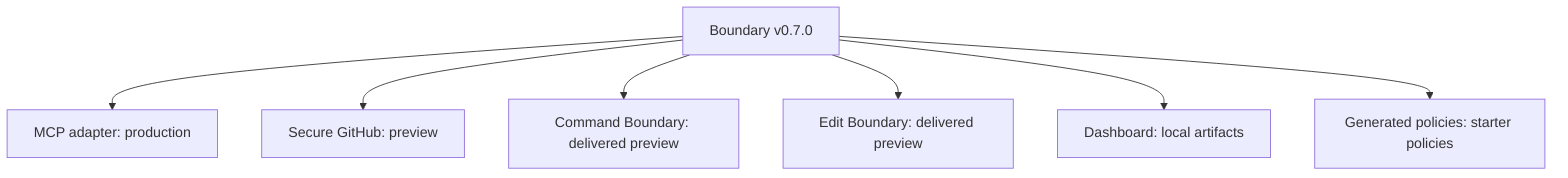
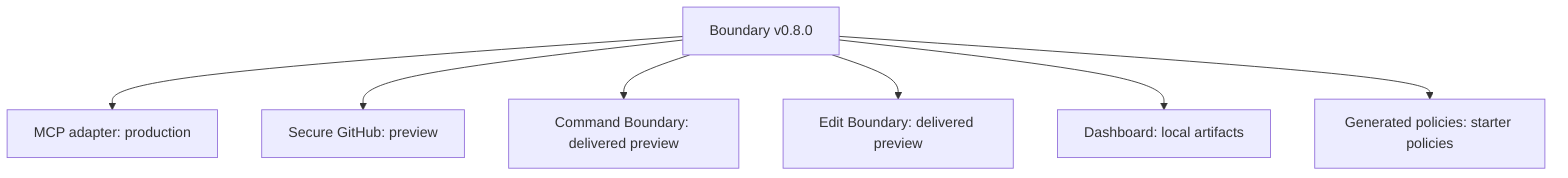
flowchart TB
-   B[Boundary v0.7.0] --> M[MCP adapter: production]
+   B[Boundary v0.8.0] --> M[MCP adapter: production]
  B --> G[Secure GitHub: preview]
  B --> C[Command Boundary: delivered preview]
  B --> E[Edit Boundary: delivered preview]
  B --> D[Dashboard: local artifacts]
  B --> P[Generated policies: starter policies]
